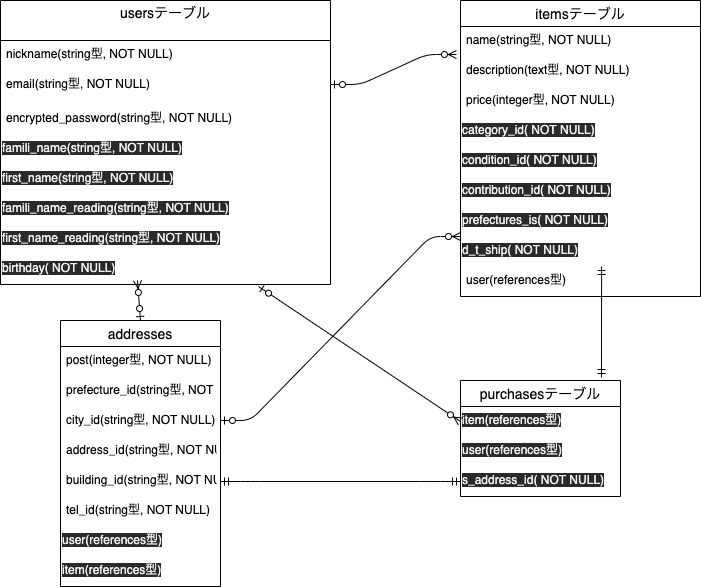
This is erfigure.png from balllllet/furima-36103, a draw.io export, as it was before one commit. Source tidied: cells renumbered, new cells last; positions are measured from the earlier drawing's top-left corner, leaving out a move shared by most shapes.
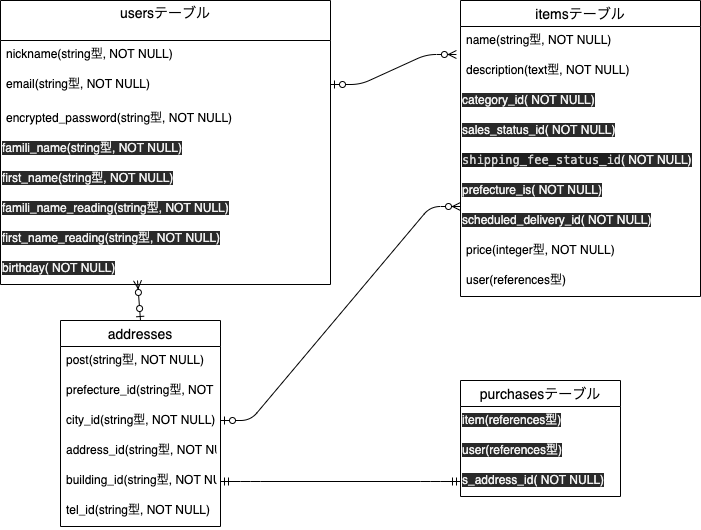
The same file after the commit.

What changed in the source:
```diff
@@ -38,24 +38,24 @@
     <mxCell id="13" value="description(text型, NOT NULL)" style="text;strokeColor=none;fillColor=none;spacingLeft=4;spacingRight=4;overflow=hidden;points=[[0,0.5],[1,0.5]];portConstraint=eastwest;fontSize=12;" parent="11" vertex="1">
       <mxGeometry y="56" width="240" height="30" as="geometry" />
     </mxCell>
-    <mxCell id="14" value="price(integer型, NOT NULL)" style="text;strokeColor=none;fillColor=none;spacingLeft=4;spacingRight=4;overflow=hidden;fontSize=12;" parent="11" vertex="1">
-      <mxGeometry y="86" width="240" height="30" as="geometry" />
-    </mxCell>
     <mxCell id="15" value="&lt;span style=&quot;color: rgb(240 , 240 , 240) ; font-family: &amp;#34;helvetica&amp;#34; ; font-size: 12px ; font-style: normal ; font-weight: 400 ; letter-spacing: normal ; text-align: left ; text-indent: 0px ; text-transform: none ; word-spacing: 0px ; background-color: rgb(42 , 42 , 42) ; display: inline ; float: none&quot;&gt;category_id( NOT NULL)&lt;/span&gt;" style="text;whiteSpace=wrap;html=1;" parent="11" vertex="1">
-      <mxGeometry y="116" width="240" height="30" as="geometry" />
+      <mxGeometry y="86" width="240" height="30" as="geometry" />
     </mxCell>
-    <mxCell id="16" value="&lt;span style=&quot;color: rgb(240 , 240 , 240) ; font-family: &amp;#34;helvetica&amp;#34; ; font-size: 12px ; font-style: normal ; font-weight: 400 ; letter-spacing: normal ; text-align: left ; text-indent: 0px ; text-transform: none ; word-spacing: 0px ; background-color: rgb(42 , 42 , 42) ; display: inline ; float: none&quot;&gt;condition_id( NOT NULL)&lt;/span&gt;" style="text;whiteSpace=wrap;html=1;" parent="11" vertex="1">
-      <mxGeometry y="146" width="240" height="30" as="geometry" />
+    <mxCell id="16" value="&lt;span style=&quot;color: rgb(240 , 240 , 240) ; font-family: &amp;#34;helvetica&amp;#34; ; font-size: 12px ; font-style: normal ; font-weight: 400 ; letter-spacing: normal ; text-align: left ; text-indent: 0px ; text-transform: none ; word-spacing: 0px ; background-color: rgb(42 , 42 , 42) ; display: inline ; float: none&quot;&gt;sales_status_id( NOT NULL)&lt;/span&gt;" style="text;whiteSpace=wrap;html=1;" parent="11" vertex="1">
+      <mxGeometry y="116" width="240" height="30" as="geometry" />
     </mxCell>
-    <mxCell id="17" value="&lt;span style=&quot;color: rgb(240 , 240 , 240) ; font-family: &amp;#34;helvetica&amp;#34; ; font-size: 12px ; font-style: normal ; font-weight: 400 ; letter-spacing: normal ; text-align: left ; text-indent: 0px ; text-transform: none ; word-spacing: 0px ; background-color: rgb(42 , 42 , 42) ; display: inline ; float: none&quot;&gt;contribution_id( NOT NULL)&lt;/span&gt;" style="text;whiteSpace=wrap;html=1;" parent="11" vertex="1">
-      <mxGeometry y="176" width="240" height="30" as="geometry" />
+    <mxCell id="17" value="&lt;span style=&quot;font-size: 12px ; font-style: normal ; font-weight: 400 ; letter-spacing: normal ; text-align: left ; text-indent: 0px ; text-transform: none ; word-spacing: 0px ; display: inline ; float: none ; background-color: rgb(30 , 30 , 30)&quot;&gt;&lt;font color=&quot;#d4d4d4&quot; face=&quot;menlo, monaco, courier new, monospace&quot;&gt;shipping_fee_status_id&lt;/font&gt;&lt;/span&gt;&lt;span style=&quot;color: rgb(240 , 240 , 240) ; font-family: &amp;#34;helvetica&amp;#34; ; font-size: 12px ; font-style: normal ; font-weight: 400 ; letter-spacing: normal ; text-align: left ; text-indent: 0px ; text-transform: none ; word-spacing: 0px ; background-color: rgb(42 , 42 , 42) ; display: inline ; float: none&quot;&gt;( NOT NULL)&lt;/span&gt;" style="text;whiteSpace=wrap;html=1;" parent="11" vertex="1">
+      <mxGeometry y="146" width="240" height="30" as="geometry" />
     </mxCell>
-    <mxCell id="18" value="&lt;span style=&quot;color: rgb(240 , 240 , 240) ; font-family: &amp;#34;helvetica&amp;#34; ; font-size: 12px ; font-style: normal ; font-weight: 400 ; letter-spacing: normal ; text-align: left ; text-indent: 0px ; text-transform: none ; word-spacing: 0px ; background-color: rgb(42 , 42 , 42) ; display: inline ; float: none&quot;&gt;prefectures_is( NOT NULL)&lt;/span&gt;" style="text;whiteSpace=wrap;html=1;" parent="11" vertex="1">
-      <mxGeometry y="206" width="240" height="30" as="geometry" />
+    <mxCell id="18" value="&lt;span style=&quot;color: rgb(240 , 240 , 240) ; font-family: &amp;#34;helvetica&amp;#34; ; font-size: 12px ; font-style: normal ; font-weight: 400 ; letter-spacing: normal ; text-align: left ; text-indent: 0px ; text-transform: none ; word-spacing: 0px ; background-color: rgb(42 , 42 , 42) ; display: inline ; float: none&quot;&gt;prefecture_is( NOT NULL)&lt;/span&gt;" style="text;whiteSpace=wrap;html=1;" parent="11" vertex="1">
+      <mxGeometry y="176" width="240" height="30" as="geometry" />
     </mxCell>
-    <mxCell id="19" value="&lt;span style=&quot;color: rgb(240 , 240 , 240) ; font-family: &amp;#34;helvetica&amp;#34; ; font-size: 12px ; font-style: normal ; font-weight: 400 ; letter-spacing: normal ; text-align: left ; text-indent: 0px ; text-transform: none ; word-spacing: 0px ; background-color: rgb(42 , 42 , 42) ; display: inline ; float: none&quot;&gt;d_t_ship( NOT NULL)&lt;/span&gt;" style="text;whiteSpace=wrap;html=1;" parent="11" vertex="1">
-      <mxGeometry y="236" width="240" height="30" as="geometry" />
+    <mxCell id="19" value="&lt;span style=&quot;color: rgb(240 , 240 , 240) ; font-family: &amp;#34;helvetica&amp;#34; ; font-size: 12px ; font-style: normal ; font-weight: 400 ; letter-spacing: normal ; text-align: left ; text-indent: 0px ; text-transform: none ; word-spacing: 0px ; background-color: rgb(42 , 42 , 42) ; display: inline ; float: none&quot;&gt;scheduled_delivery_id( NOT NULL)&lt;/span&gt;" style="text;whiteSpace=wrap;html=1;" parent="11" vertex="1">
+      <mxGeometry y="206" width="240" height="30" as="geometry" />
     </mxCell>
+    <mxCell id="14" value="price(integer型, NOT NULL)" style="text;strokeColor=none;fillColor=none;spacingLeft=4;spacingRight=4;overflow=hidden;fontSize=12;" parent="11" vertex="1">
+      <mxGeometry y="236" width="240" height="30" as="geometry" />
+    </mxCell>
     <mxCell id="20" value="user(references型)" style="text;strokeColor=none;fillColor=none;spacingLeft=4;spacingRight=4;overflow=hidden;fontSize=12;" parent="11" vertex="1">
       <mxGeometry y="266" width="240" height="30" as="geometry" />
     </mxCell>
@@ -74,21 +74,15 @@
     <mxCell id="25" value="&lt;span style=&quot;color: rgb(240 , 240 , 240) ; font-family: &amp;#34;helvetica&amp;#34; ; font-size: 12px ; font-style: normal ; font-weight: 400 ; letter-spacing: normal ; text-align: left ; text-indent: 0px ; text-transform: none ; word-spacing: 0px ; background-color: rgb(42 , 42 , 42) ; display: inline ; float: none&quot;&gt;s_address_id( NOT NULL)&lt;/span&gt;" style="text;whiteSpace=wrap;html=1;" parent="21" vertex="1">
       <mxGeometry y="86" width="160" height="30" as="geometry" />
     </mxCell>
-    <mxCell id="26" style="fontSize=12;html=1;endArrow=ERmandOne;startArrow=ERmandOne;exitX=0.881;exitY=-0.026;exitDx=0;exitDy=0;entryX=0.588;entryY=1;entryDx=0;entryDy=0;entryPerimeter=0;exitPerimeter=0;" parent="1" edge="1" source="21" target="19">
-      <mxGeometry relative="1" as="geometry" />
-    </mxCell>
-    <mxCell id="27" style="fontSize=12;html=1;endArrow=ERzeroToMany;startArrow=ERzeroToOne;entryX=0;entryY=0.5;entryDx=0;entryDy=0;exitX=0.782;exitY=1.067;exitDx=0;exitDy=0;exitPerimeter=0;" parent="1" edge="1" source="10" target="23">
-      <mxGeometry relative="1" as="geometry" />
-    </mxCell>
     <mxCell id="28" style="edgeStyle=entityRelationEdgeStyle;fontSize=12;html=1;endArrow=ERzeroToMany;startArrow=ERzeroToOne;entryX=-0.017;entryY=-0.067;entryDx=0;entryDy=0;entryPerimeter=0;" parent="1" edge="1" target="13">
       <mxGeometry relative="1" as="geometry">
         <mxPoint x="330" y="84" as="sourcePoint" />
       </mxGeometry>
     </mxCell>
     <mxCell id="29" value="addresses" style="swimlane;fontStyle=0;horizontal=1;startSize=26;align=center;fontSize=14;" parent="1" vertex="1">
-      <mxGeometry x="60" y="320" width="160" height="266" as="geometry" />
+      <mxGeometry x="60" y="320" width="160" height="206" as="geometry" />
     </mxCell>
-    <mxCell id="30" value="post(integer型, NOT NULL)" style="text;strokeColor=none;fillColor=none;spacingLeft=4;spacingRight=4;overflow=hidden;fontSize=12;" parent="29" vertex="1">
+    <mxCell id="30" value="post(string型, NOT NULL)" style="text;strokeColor=none;fillColor=none;spacingLeft=4;spacingRight=4;overflow=hidden;fontSize=12;" parent="29" vertex="1">
       <mxGeometry y="26" width="160" height="30" as="geometry" />
     </mxCell>
     <mxCell id="31" value="prefecture_id(string型, NOT NULL)" style="text;strokeColor=none;fillColor=none;spacingLeft=4;spacingRight=4;overflow=hidden;fontSize=12;" parent="29" vertex="1">
@@ -106,12 +100,6 @@
     <mxCell id="35" value="tel_id(string型, NOT NULL)" style="text;strokeColor=none;fillColor=none;spacingLeft=4;spacingRight=4;overflow=hidden;fontSize=12;" parent="29" vertex="1">
       <mxGeometry y="176" width="160" height="30" as="geometry" />
     </mxCell>
-    <mxCell id="36" value="&lt;meta charset=&quot;utf-8&quot;&gt;&lt;span style=&quot;color: rgb(240, 240, 240); font-family: helvetica; font-size: 12px; font-style: normal; font-weight: 400; letter-spacing: normal; text-align: left; text-indent: 0px; text-transform: none; word-spacing: 0px; background-color: rgb(42, 42, 42); display: inline; float: none;&quot;&gt;user(references型)&lt;/span&gt;" style="text;whiteSpace=wrap;html=1;" parent="29" vertex="1">
-      <mxGeometry y="206" width="160" height="30" as="geometry" />
-    </mxCell>
-    <mxCell id="37" value="&lt;meta charset=&quot;utf-8&quot;&gt;&lt;span style=&quot;color: rgb(240, 240, 240); font-family: helvetica; font-size: 12px; font-style: normal; font-weight: 400; letter-spacing: normal; text-align: left; text-indent: 0px; text-transform: none; word-spacing: 0px; background-color: rgb(42, 42, 42); display: inline; float: none;&quot;&gt;item(references型)&lt;/span&gt;" style="text;whiteSpace=wrap;html=1;" parent="29" vertex="1">
-      <mxGeometry y="236" width="160" height="30" as="geometry" />
-    </mxCell>
     <mxCell id="38" style="edgeStyle=entityRelationEdgeStyle;fontSize=12;html=1;endArrow=ERzeroToMany;startArrow=ERzeroToOne;entryX=0;entryY=0;entryDx=0;entryDy=0;" parent="1" edge="1" target="19">
       <mxGeometry relative="1" as="geometry">
         <mxPoint x="220" y="420" as="sourcePoint" />
```
